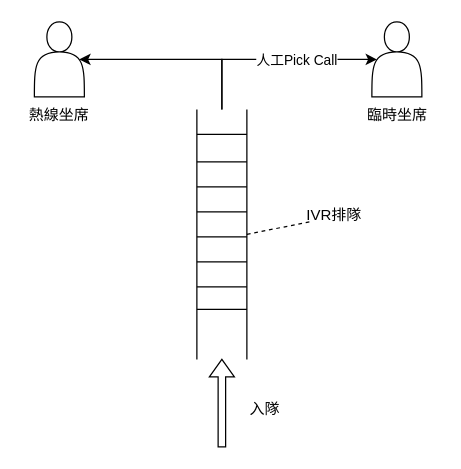
The draw.io diagram 未命名绘图.drawio in 2571788183/-, before the edit. Source tidied: cells renumbered, new cells numbered last; positions are measured from the earlier drawing's top-left corner, leaving out a move shared by most shapes. Both pictures are drawn from the tidied source at 125%, with x=0, y=0 at pixel (21, 21).
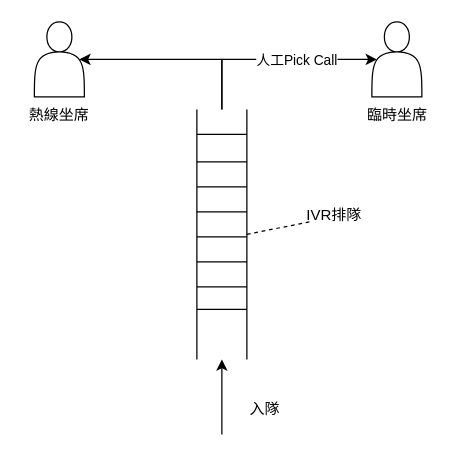
The same page after the edit.

Commit message (it also covers changes not shown here):
更新未命名绘图.drawio

Diff of the diagram source:
```diff
@@
-    <mxCell id="11" style="shape=singleArrow;direction=north;whiteSpace=wrap;html=1;" parent="1" vertex="1">
-      <mxGeometry x="150" y="270" width="20" height="70" as="geometry" />
-    </mxCell>
@@
+    <mxCell id="23" style="endArrow=classic;html=1;rounded=0;" parent="1" edge="1">
+      <mxGeometry relative="1" as="geometry">
+        <mxPoint x="160" y="330" as="sourcePoint" />
+        <mxPoint x="160" y="270" as="targetPoint" />
+      </mxGeometry>
+    </mxCell>
```
